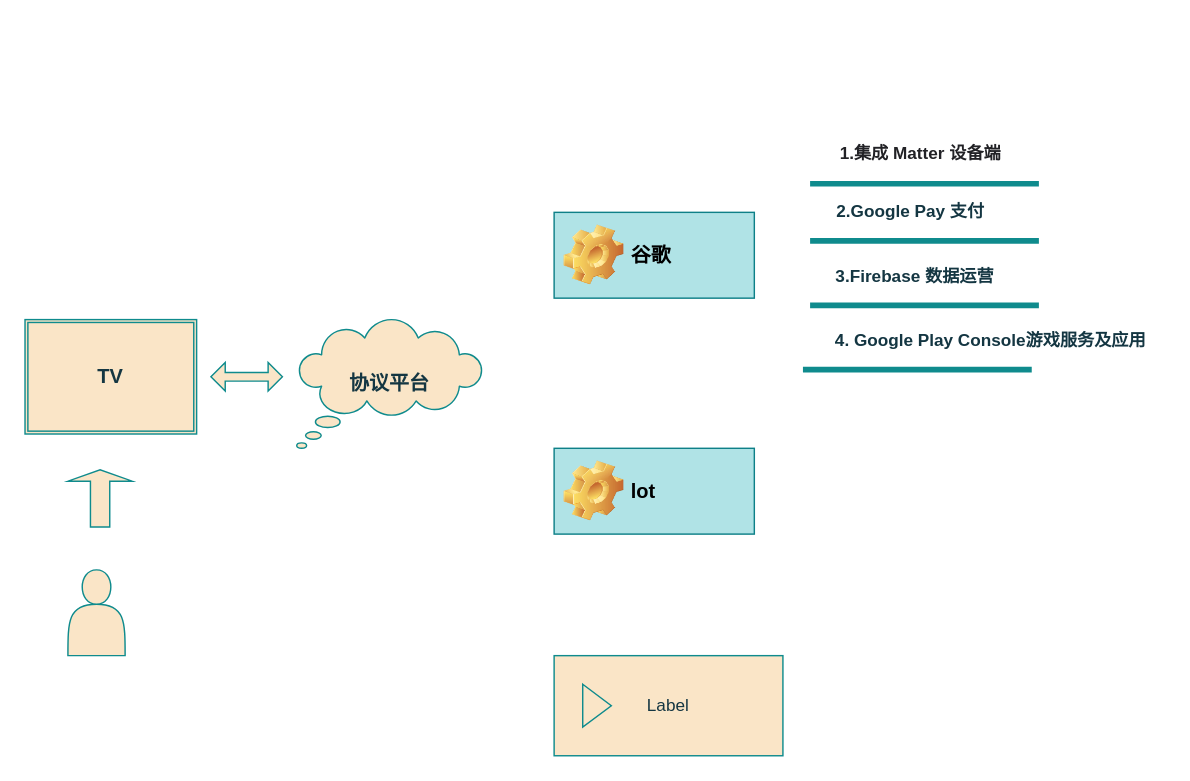
Earlier version of the draw.io diagram TV-茂佳协议接入平台.drawio (MK-Adam-WT/Drawing). Source tidied: cells renumbered, new cells numbered last; positions are measured from the earlier drawing's top-left corner, leaving out a move shared by most shapes. Both pictures are drawn from the tidied source at 143%, with x=0, y=0 at pixel (24, 119). Pictures stored in the file or linked from it are replaced by grey dashed boxes.
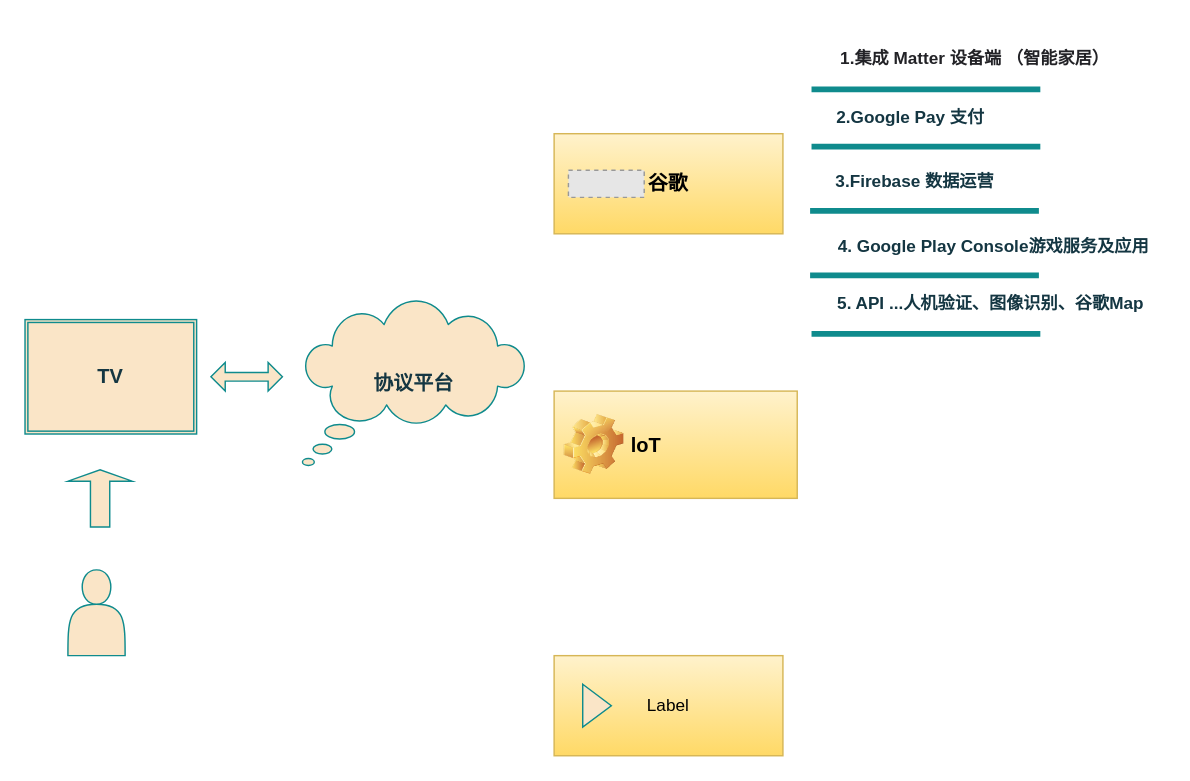
The same page after the edit.

Commit message:
更新TV-茂佳协议接入平台.drawio

Diff of the diagram source:
```diff
@@
     <mxCell id="5" value="&lt;font style=&quot;font-size: 14px;&quot;&gt;&lt;b style=&quot;&quot;&gt;协议平台&lt;/b&gt;&lt;/font&gt;" style="whiteSpace=wrap;html=1;shape=mxgraph.basic.cloud_callout;rounded=0;labelBackgroundColor=none;fillColor=#FAE5C7;strokeColor=#0F8B8D;fontColor=#143642;" parent="1" vertex="1">
-      <mxGeometry x="190" y="140" width="130" height="90" as="geometry" />
+      <mxGeometry x="194" y="127" width="156" height="115" as="geometry" />
     </mxCell>
@@
-    <mxCell id="7" value="&lt;font style=&quot;font-size: 14px;&quot;&gt;谷歌&amp;nbsp;&lt;/font&gt;" style="label;whiteSpace=wrap;html=1;image=img/clipart/Gear_128x128.png;rounded=0;labelBackgroundColor=none;fillColor=#b0e3e6;strokeColor=#0e8088;" parent="1" vertex="1">
-      <mxGeometry x="370" y="65" width="140" height="60" as="geometry" />
-    </mxCell>
-    <mxCell id="8" value="&lt;font style=&quot;font-size: 14px;&quot;&gt;lot&lt;/font&gt;" style="label;whiteSpace=wrap;html=1;image=img/clipart/Gear_128x128.png;rounded=0;labelBackgroundColor=none;fillColor=#b0e3e6;strokeColor=#0e8088;" parent="1" vertex="1">
-      <mxGeometry x="370" y="230" width="140" height="60" as="geometry" />
+    <mxCell id="8" value="&lt;font style=&quot;font-size: 14px;&quot;&gt;loT&lt;/font&gt;" style="label;whiteSpace=wrap;html=1;image=img/clipart/Gear_128x128.png;rounded=0;labelBackgroundColor=none;fillColor=#fff2cc;strokeColor=#d6b656;gradientColor=#ffd966;" parent="1" vertex="1">
+      <mxGeometry x="370" y="190" width="170" height="75" as="geometry" />
     </mxCell>
     <mxCell id="9" style="line;strokeWidth=4;html=1;perimeter=backbonePerimeter;strokeColor=#0F8B8D;fontColor=#143642;fillColor=#FAE5C7;" parent="1" vertex="1">
-      <mxGeometry x="549" y="80" width="160" height="10" as="geometry" />
+      <mxGeometry x="550" y="14" width="160" height="10" as="geometry" />
     </mxCell>
-    <mxCell id="10" value="&lt;h1 style=&quot;box-sizing: border-box; outline: 0px; margin: 0px; padding: 0px; font-family: &amp;quot;PingFang SC&amp;quot;, &amp;quot;Microsoft YaHei&amp;quot;, SimHei, Arial, SimSun; overflow-wrap: break-word; color: rgb(34, 34, 38); word-break: break-all; font-variant-ligatures: common-ligatures; text-align: start; background-color: rgb(255, 255, 255);&quot; id=&quot;articleContentId&quot; class=&quot;title-article&quot;&gt;&lt;font style=&quot;font-size: 12px;&quot;&gt;1.集成 Matter 设备端&lt;/font&gt;&lt;/h1&gt;" style="text;html=1;align=center;verticalAlign=middle;strokeColor=none;fillColor=none;fontColor=#143642;" parent="1" vertex="1">
-      <mxGeometry x="556" width="140" height="40" as="geometry" />
+    <mxCell id="10" value="&lt;h1 style=&quot;box-sizing: border-box; outline: 0px; margin: 0px; padding: 0px; font-family: &amp;quot;PingFang SC&amp;quot;, &amp;quot;Microsoft YaHei&amp;quot;, SimHei, Arial, SimSun; overflow-wrap: break-word; color: rgb(34, 34, 38); word-break: break-all; font-variant-ligatures: common-ligatures; text-align: start; background-color: rgb(255, 255, 255);&quot; id=&quot;articleContentId&quot; class=&quot;title-article&quot;&gt;&lt;font style=&quot;font-size: 12px;&quot;&gt;1.集成 Matter 设备端 （智能家居）&lt;/font&gt;&lt;/h1&gt;" style="text;html=1;align=center;verticalAlign=middle;strokeColor=none;fillColor=none;fontColor=#143642;" parent="1" vertex="1">
+      <mxGeometry x="554" y="-66" width="220" height="40" as="geometry" />
     </mxCell>
     <mxCell id="11" style="line;strokeWidth=4;html=1;perimeter=backbonePerimeter;strokeColor=#0F8B8D;fontColor=#143642;fillColor=#FAE5C7;" parent="1" vertex="1">
-      <mxGeometry x="549" y="40" width="160" height="10" as="geometry" />
+      <mxGeometry x="550" y="-26" width="160" height="10" as="geometry" />
     </mxCell>
     <mxCell id="12" value="&lt;b&gt;2.Google Pay 支付&lt;/b&gt;" style="text;html=1;align=center;verticalAlign=middle;strokeColor=none;fillColor=none;fontColor=#143642;" parent="1" vertex="1">
-      <mxGeometry x="554" y="50" width="130" height="30" as="geometry" />
+      <mxGeometry x="554" y="-16" width="130" height="30" as="geometry" />
     </mxCell>
-    <mxCell id="13" value="Label" style="html=1;whiteSpace=wrap;strokeColor=#0F8B8D;fontColor=#143642;fillColor=#FAE5C7;" parent="1" vertex="1">
-      <mxGeometry x="370" y="375" width="160" height="70" as="geometry" />
+    <mxCell id="13" value="&lt;font style=&quot;font-size: 14px;&quot;&gt;&lt;b&gt;谷歌&lt;/b&gt;&lt;/font&gt;" style="html=1;whiteSpace=wrap;strokeColor=#d6b656;fillColor=#fff2cc;gradientColor=#ffd966;" parent="1" vertex="1">
+      <mxGeometry x="370" y="10" width="160" height="70" as="geometry" />
     </mxCell>
-    <mxCell id="14" style="triangle;html=1;whiteSpace=wrap;strokeColor=#0F8B8D;fontColor=#143642;fillColor=#FAE5C7;" parent="13" vertex="1">
-      <mxGeometry x="20" y="20" width="20" height="30" as="geometry" />
-    </mxCell>
+    <mxCell id="19" style="fillColor=#E6E6E6;strokeColor=#999999;dashed=1;verticalLabelPosition=bottom;labelBackgroundColor=default;verticalAlign=top;" parent="13" vertex="1">
+      <mxGeometry x="10" y="25.5" width="53" height="19" as="geometry" />
+    </mxCell>
     <mxCell id="15" style="line;strokeWidth=4;html=1;perimeter=backbonePerimeter;strokeColor=#0F8B8D;fontColor=#143642;fillColor=#FAE5C7;" parent="1" vertex="1">
-      <mxGeometry x="549" y="125" width="160" height="10" as="geometry" />
+      <mxGeometry x="549" y="59" width="160" height="10" as="geometry" />
     </mxCell>
     <mxCell id="16" value="&lt;b&gt;3.Firebase 数据运营&lt;/b&gt;" style="text;html=1;align=center;verticalAlign=middle;strokeColor=none;fillColor=none;fontColor=#143642;" parent="1" vertex="1">
-      <mxGeometry x="557" y="95" width="130" height="30" as="geometry" />
+      <mxGeometry x="557" y="29" width="130" height="30" as="geometry" />
     </mxCell>
     <mxCell id="17" style="line;strokeWidth=4;html=1;perimeter=backbonePerimeter;strokeColor=#0F8B8D;fontColor=#143642;fillColor=#FAE5C7;" parent="1" vertex="1">
-      <mxGeometry x="544" y="170" width="160" height="10" as="geometry" />
+      <mxGeometry x="549" y="104" width="160" height="10" as="geometry" />
     </mxCell>
     <mxCell id="18" value="&lt;b&gt;4.&amp;nbsp;Google Play Console游戏服务及应用&lt;/b&gt;" style="text;html=1;align=center;verticalAlign=middle;strokeColor=none;fillColor=none;fontColor=#143642;" parent="1" vertex="1">
-      <mxGeometry x="555" y="140" width="240" height="30" as="geometry" />
+      <mxGeometry x="557" y="74" width="240" height="30" as="geometry" />
     </mxCell>
+    <mxCell id="20" value="Label" style="html=1;whiteSpace=wrap;strokeColor=#d6b656;fillColor=#fff2cc;gradientColor=#ffd966;" parent="1" vertex="1">
+      <mxGeometry x="370" y="375" width="160" height="70" as="geometry" />
+    </mxCell>
+    <mxCell id="14" style="triangle;html=1;whiteSpace=wrap;strokeColor=#0F8B8D;fontColor=#143642;fillColor=#FAE5C7;" parent="20" vertex="1">
+      <mxGeometry x="20" y="20" width="20" height="30" as="geometry" />
+    </mxCell>
+    <mxCell id="21" style="line;strokeWidth=4;html=1;perimeter=backbonePerimeter;strokeColor=#0F8B8D;fontColor=#143642;fillColor=#FAE5C7;" parent="1" vertex="1">
+      <mxGeometry x="550" y="145" width="160" height="10" as="geometry" />
+    </mxCell>
+    <mxCell id="22" value="&lt;b&gt;5. API ...人机验证、图像识别、谷歌Map&lt;/b&gt;" style="text;html=1;align=center;verticalAlign=middle;strokeColor=none;fillColor=none;fontColor=#143642;" parent="1" vertex="1">
+      <mxGeometry x="555" y="114" width="240" height="30" as="geometry" />
+    </mxCell>
```
